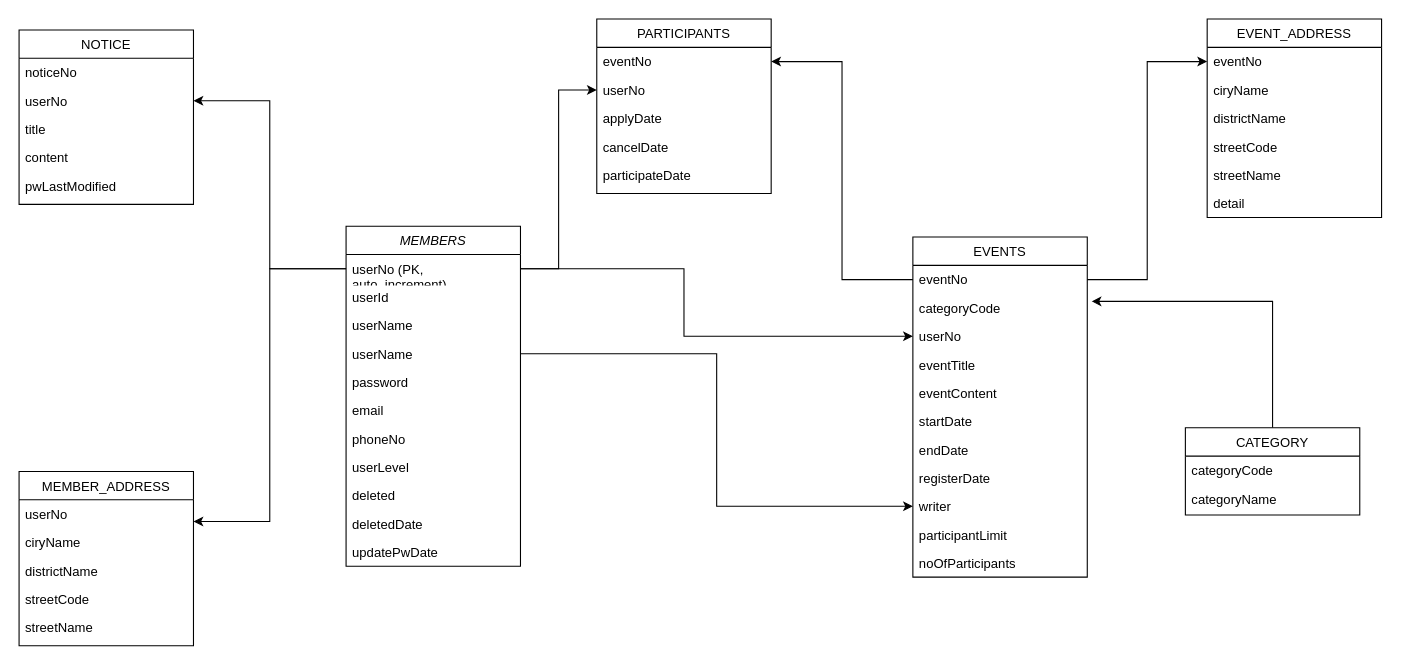
This is images/posts/Untitled Diagram.drawio from Yo0oN/Yo0oN.github.io, a draw.io file, before an edit. Source tidied: cells renumbered, new cells numbered last; positions are measured from the earlier drawing's top-left corner, leaving out a move shared by most shapes. Both pictures are drawn from the tidied source at 109%, with x=0, y=0 at pixel (19, 19).
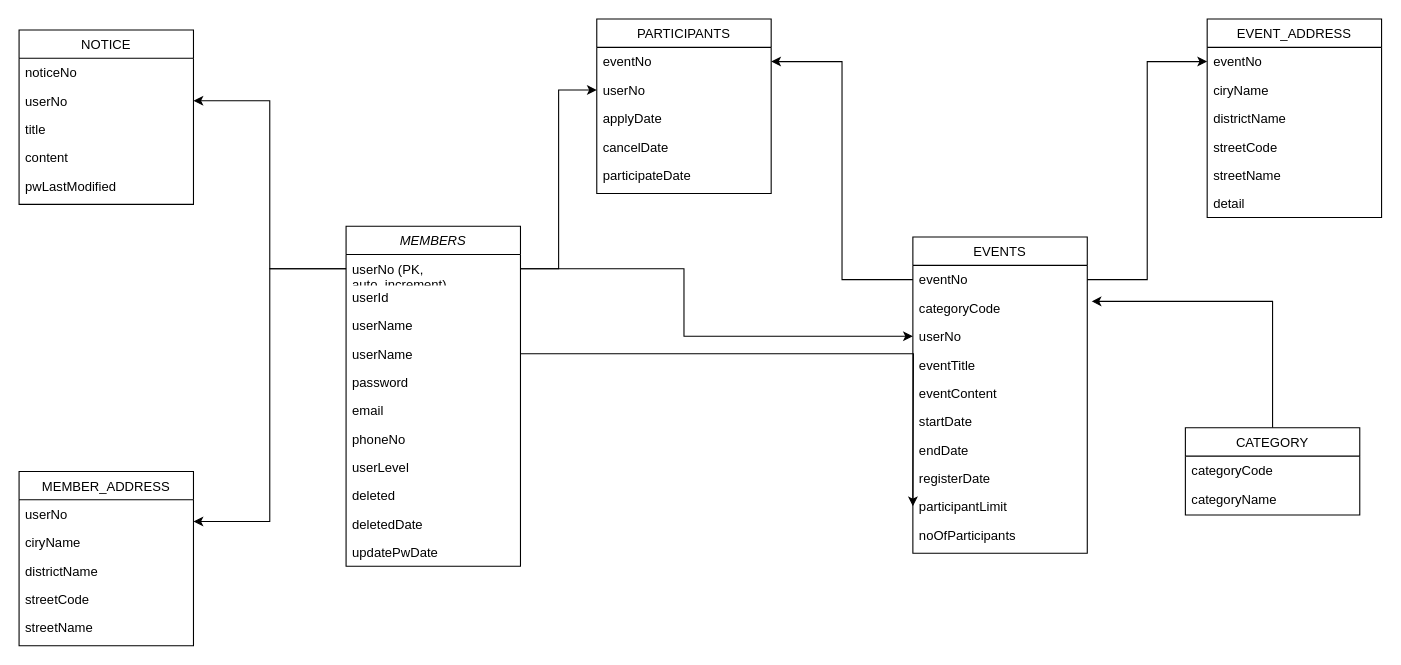
Above is the later version.

Unchanged cells that the change refers to:
```xml
<mxCell id="6" value="userName" style="text;align=left;verticalAlign=top;spacingLeft=4;spacingRight=4;overflow=hidden;points=[[0,0.5],[1,0.5]];portConstraint=eastwest;shadow=0;html=0;" parent="2" vertex="1">
  <mxGeometry y="104" width="160" height="26" as="geometry" />
</mxCell>
```

What changed in the source:
```diff
@@
     <mxCell id="14" value="EVENTS" style="swimlane;fontStyle=0;align=center;verticalAlign=top;horizontal=1;startSize=26;shadow=0;strokeWidth=1;" parent="1" vertex="1">
-      <mxGeometry x="820" y="200" width="160" height="312" as="geometry" />
+      <mxGeometry x="820" y="200" width="160" height="290" as="geometry" />
     </mxCell>
@@
-    <mxCell id="23" value="writer" style="text;align=left;verticalAlign=top;spacingLeft=4;spacingRight=4;overflow=hidden;points=[[0,0.5],[1,0.5]];portConstraint=eastwest;" parent="14" vertex="1">
-      <mxGeometry y="234" width="160" height="26" as="geometry" />
-    </mxCell>
     <mxCell id="24" value="participantLimit" style="text;align=left;verticalAlign=top;spacingLeft=4;spacingRight=4;overflow=hidden;" parent="14" vertex="1">
-      <mxGeometry y="260" width="160" height="26" as="geometry" />
+      <mxGeometry y="234" width="160" height="26" as="geometry" />
     </mxCell>
     <mxCell id="25" value="noOfParticipants" style="text;align=left;verticalAlign=top;spacingLeft=4;spacingRight=4;overflow=hidden;" parent="14" vertex="1">
-      <mxGeometry y="286" width="160" height="26" as="geometry" />
+      <mxGeometry y="260" width="160" height="26" as="geometry" />
     </mxCell>
@@
-    <mxCell id="60" style="edgeStyle=orthogonalEdgeStyle;rounded=0;jettySize=auto;html=1;entryX=0;entryY=0.5;entryDx=0;entryDy=0;" parent="1" edge="1" source="6" target="23">
-      <mxGeometry relative="1" as="geometry" />
+    <mxCell id="60" style="edgeStyle=orthogonalEdgeStyle;rounded=0;jettySize=auto;html=1;entryX=0;entryY=0.5;entryDx=0;entryDy=0;" parent="1" edge="1" source="6">
+      <mxGeometry relative="1" as="geometry">
+        <mxPoint x="820" y="447" as="targetPoint" />
+      </mxGeometry>
     </mxCell>
```
